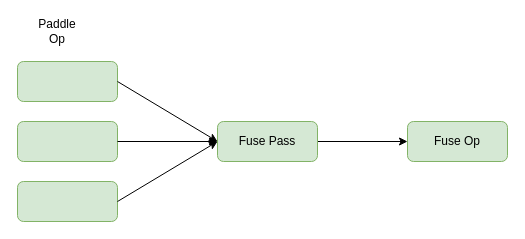
Earlier version of the draw.io diagram infernce-pass.drawio (Superjomn/_tmp_images). Source tidied: cells renumbered, new cells numbered last; positions are measured from the earlier drawing's top-left corner, leaving out a move shared by most shapes. Both pictures are drawn from the tidied source at 100%, with x=0, y=0 at pixel (17, 21).
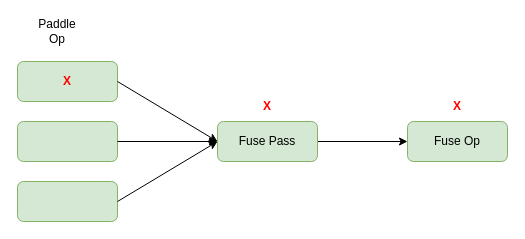
After the change.

The edit, as a diff of the source:
```diff
@@
 <mxGraphModel>
   <root>
     <mxCell id="0" />
     <mxCell id="1" parent="0" />
     <mxCell id="2" style="rounded=1;whiteSpace=wrap;html=1;fillColor=#d5e8d4;strokeColor=#82b366;" parent="1" vertex="1">
       <mxGeometry y="40" width="100" height="40" as="geometry" />
     </mxCell>
     <mxCell id="3" style="rounded=1;whiteSpace=wrap;html=1;fillColor=#d5e8d4;strokeColor=#82b366;" parent="1" vertex="1">
       <mxGeometry y="100" width="100" height="40" as="geometry" />
     </mxCell>
     <mxCell id="4" style="rounded=1;whiteSpace=wrap;html=1;fillColor=#d5e8d4;strokeColor=#82b366;" parent="1" vertex="1">
       <mxGeometry y="160" width="100" height="40" as="geometry" />
     </mxCell>
     <mxCell id="5" style="endArrow=classic;html=1;exitX=1;exitY=0.5;exitDx=0;exitDy=0;entryX=0;entryY=0.5;entryDx=0;entryDy=0;" parent="1" edge="1" source="2" target="10">
       <mxGeometry relative="1" as="geometry" />
     </mxCell>
     <mxCell id="6" style="endArrow=classic;html=1;exitX=1;exitY=0.5;exitDx=0;exitDy=0;entryX=0;entryY=0.5;entryDx=0;entryDy=0;" parent="1" edge="1" source="3" target="10">
       <mxGeometry relative="1" as="geometry" />
     </mxCell>
     <mxCell id="7" style="endArrow=classic;html=1;exitX=1;exitY=0.5;exitDx=0;exitDy=0;entryX=0;entryY=0.5;entryDx=0;entryDy=0;" parent="1" edge="1" source="4" target="10">
       <mxGeometry relative="1" as="geometry" />
     </mxCell>
     <mxCell id="8" value="Paddle Op" style="text;html=1;strokeColor=none;fillColor=none;align=center;verticalAlign=middle;whiteSpace=wrap;rounded=0;" parent="1" vertex="1">
       <mxGeometry x="20" width="40" height="20" as="geometry" />
     </mxCell>
     <mxCell id="9" style="edgeStyle=orthogonalEdgeStyle;rounded=0;jettySize=auto;html=1;" parent="1" edge="1" source="10" target="11">
       <mxGeometry relative="1" as="geometry" />
     </mxCell>
     <mxCell id="10" value="Fuse Pass" style="rounded=1;whiteSpace=wrap;html=1;fillColor=#d5e8d4;strokeColor=#82b366;" parent="1" vertex="1">
       <mxGeometry x="200" y="100" width="100" height="40" as="geometry" />
     </mxCell>
     <mxCell id="11" value="Fuse Op" style="rounded=1;whiteSpace=wrap;html=1;fillColor=#d5e8d4;strokeColor=#82b366;" parent="1" vertex="1">
       <mxGeometry x="390" y="100" width="100" height="40" as="geometry" />
     </mxCell>
+    <mxCell id="12" value="&lt;font color=&quot;#ff0000&quot;&gt;&lt;b&gt;X&lt;/b&gt;&lt;/font&gt;" style="text;html=1;strokeColor=none;fillColor=none;align=center;verticalAlign=middle;whiteSpace=wrap;rounded=0;" parent="1" vertex="1">
+      <mxGeometry x="30" y="50" width="40" height="20" as="geometry" />
+    </mxCell>
+    <mxCell id="13" value="&lt;font color=&quot;#ff0000&quot;&gt;&lt;b&gt;X&lt;/b&gt;&lt;/font&gt;" style="text;html=1;strokeColor=none;fillColor=none;align=center;verticalAlign=middle;whiteSpace=wrap;rounded=0;" parent="1" vertex="1">
+      <mxGeometry x="420" y="80" width="40" height="10" as="geometry" />
+    </mxCell>
+    <mxCell id="14" value="&lt;font color=&quot;#ff0000&quot;&gt;&lt;b&gt;X&lt;/b&gt;&lt;/font&gt;" style="text;html=1;strokeColor=none;fillColor=none;align=center;verticalAlign=middle;whiteSpace=wrap;rounded=0;" parent="1" vertex="1">
+      <mxGeometry x="230" y="80" width="40" height="10" as="geometry" />
+    </mxCell>
   </root>
 </mxGraphModel>
```
